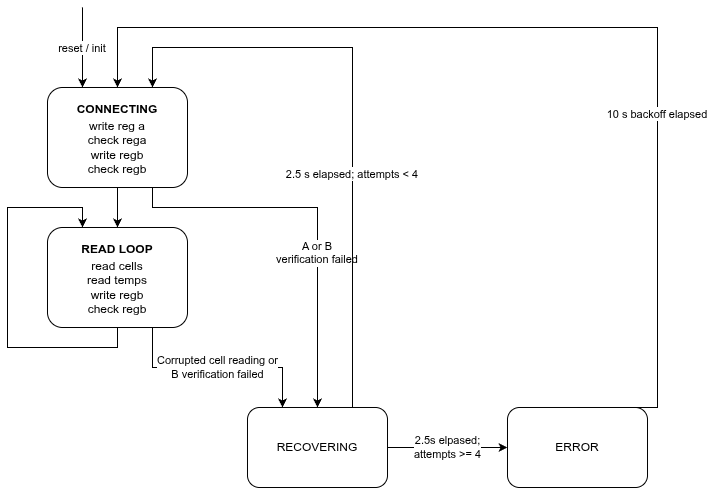
PurdueElectricRacing/monorepo keeps this draw.io diagram as firmware/source/a_box/adbms/ADBMS_FSM.drawio.png. Above is the earlier version. Source tidied: cells renumbered, new cells last; positions are measured from the earlier drawing's top-left corner, leaving out a move shared by most shapes.
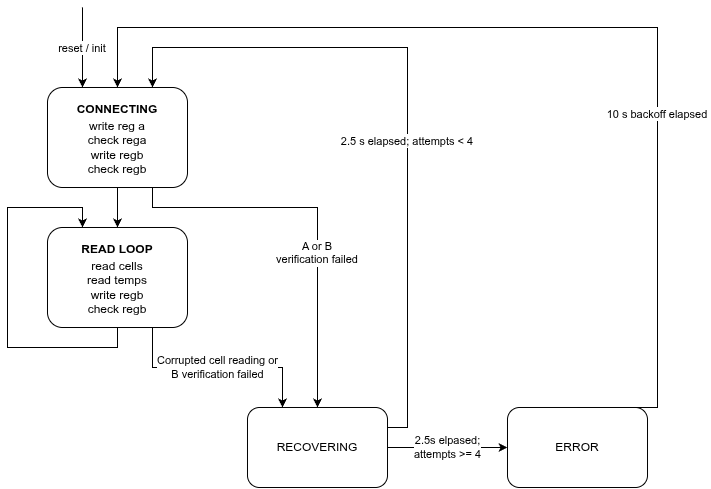
After the change.

What changed in the source:
```diff
@@ -33,10 +33,11 @@
         </Array>
       </mxGeometry>
     </mxCell>
-    <mxCell id="10" value="2.5 s elapsed; attempts &lt; 4" style="endArrow=classic;html=0;rounded=0;strokeColor=#000000;exitX=0.75;exitY=0;exitDx=0;exitDy=0;entryX=0.75;entryY=0;entryDx=0;entryDy=0;edgeStyle=orthogonalEdgeStyle;" parent="1" edge="1" source="5" target="2">
-      <mxGeometry x="-0.22" relative="1" as="geometry">
+    <mxCell id="10" value="2.5 s elapsed; attempts &lt; 4" style="endArrow=classic;html=0;rounded=0;strokeColor=#000000;exitX=1;exitY=0.25;exitDx=0;exitDy=0;entryX=0.75;entryY=0;entryDx=0;entryDy=0;edgeStyle=orthogonalEdgeStyle;" parent="1" edge="1" source="5" target="2">
+      <mxGeometry x="-0.12" relative="1" as="geometry">
         <Array as="points">
-          <mxPoint x="345" y="40" />
+          <mxPoint x="400" y="420" />
+          <mxPoint x="400" y="40" />
           <mxPoint x="145" y="40" />
         </Array>
       </mxGeometry>
```
